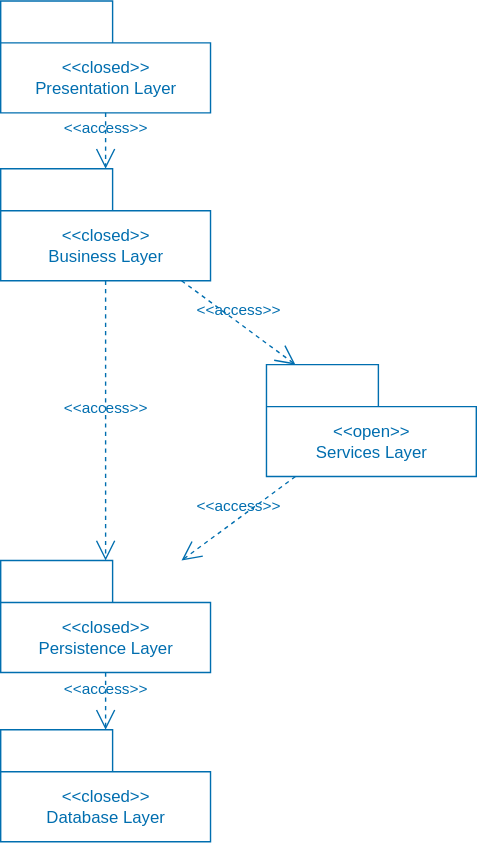
This is diagrams/Architecture_Layered_Variation_3.svg from ucudal/ANDIS_Conceptos, a draw.io export, as it was before one commit. Source tidied: cells renumbered, new cells last; positions are measured from the earlier drawing's top-left corner, leaving out a move shared by most shapes.
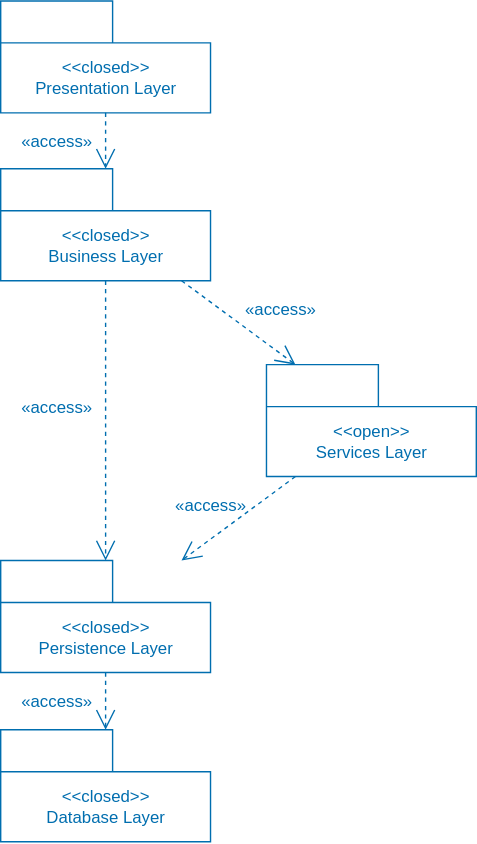
After the change.

Diff of the diagram source:
```diff
@@ -14,26 +14,26 @@
     <mxCell id="5" value="&amp;lt;&amp;lt;closed&amp;gt;&amp;gt;&lt;br&gt;Database Layer" style="shape=folder;fontStyle=0;tabWidth=80;tabHeight=30;tabPosition=left;html=1;boundedLbl=1;fillColor=none;fontColor=#006EAF;strokeColor=#006EAF;" parent="1" vertex="1">
       <mxGeometry y="521" width="150" height="80" as="geometry" />
     </mxCell>
-    <mxCell id="6" value="&amp;lt;&amp;lt;access&amp;gt;&amp;gt;" style="edgeStyle=none;html=1;endArrow=open;endSize=12;dashed=1;verticalAlign=bottom;fontColor=#006EAF;fillColor=#1ba1e2;strokeColor=#006EAF;labelBackgroundColor=none;" parent="1" edge="1">
-      <mxGeometry relative="1" as="geometry">
+    <mxCell id="6" value="&lt;span style=&quot;font-size: 12px;&quot;&gt;«access»&lt;/span&gt;" style="edgeStyle=none;html=1;endArrow=open;endSize=12;dashed=1;verticalAlign=bottom;fontColor=#006EAF;fillColor=#1ba1e2;strokeColor=#006EAF;labelBackgroundColor=none;" parent="1" edge="1">
+      <mxGeometry x="0.5" y="-35" relative="1" as="geometry">
         <mxPoint x="75" y="80" as="sourcePoint" />
         <mxPoint x="75" y="120" as="targetPoint" />
       </mxGeometry>
     </mxCell>
-    <mxCell id="7" value="&amp;lt;&amp;lt;access&amp;gt;&amp;gt;" style="edgeStyle=none;html=1;endArrow=open;endSize=12;dashed=1;verticalAlign=bottom;fontColor=#006EAF;fillColor=#1ba1e2;strokeColor=#006EAF;labelBackgroundColor=none;" parent="1" edge="1" source="3" target="4">
-      <mxGeometry relative="1" as="geometry" />
+    <mxCell id="7" value="&lt;span style=&quot;font-size: 12px;&quot;&gt;«access»&lt;/span&gt;" style="edgeStyle=none;html=1;endArrow=open;endSize=12;dashed=1;verticalAlign=bottom;fontColor=#006EAF;fillColor=#1ba1e2;strokeColor=#006EAF;labelBackgroundColor=none;" parent="1" edge="1" source="3" target="4">
+      <mxGeometry y="-35" relative="1" as="geometry" />
     </mxCell>
-    <mxCell id="8" value="&amp;lt;&amp;lt;access&amp;gt;&amp;gt;" style="edgeStyle=none;html=1;endArrow=open;endSize=12;dashed=1;verticalAlign=bottom;fontColor=#006EAF;fillColor=#1ba1e2;strokeColor=#006EAF;labelBackgroundColor=none;" parent="1" edge="1" source="4" target="5">
-      <mxGeometry relative="1" as="geometry" />
+    <mxCell id="8" value="&lt;span style=&quot;font-size: 12px;&quot;&gt;«access»&lt;/span&gt;" style="edgeStyle=none;html=1;endArrow=open;endSize=12;dashed=1;verticalAlign=bottom;fontColor=#006EAF;fillColor=#1ba1e2;strokeColor=#006EAF;labelBackgroundColor=none;" parent="1" edge="1" source="4" target="5">
+      <mxGeometry x="0.46" y="-35" relative="1" as="geometry" />
     </mxCell>
     <mxCell id="9" value="&amp;lt;&amp;lt;open&amp;gt;&amp;gt;&lt;br&gt;Services Layer" style="shape=folder;fontStyle=0;tabWidth=80;tabHeight=30;tabPosition=left;html=1;boundedLbl=1;fillColor=none;fontColor=#006EAF;strokeColor=#006EAF;" parent="1" vertex="1">
       <mxGeometry x="190" y="260" width="150" height="80" as="geometry" />
     </mxCell>
-    <mxCell id="10" value="&amp;lt;&amp;lt;access&amp;gt;&amp;gt;" style="edgeStyle=none;html=1;endArrow=open;endSize=12;dashed=1;verticalAlign=bottom;fontColor=#006EAF;fillColor=#1ba1e2;strokeColor=#006EAF;labelBackgroundColor=none;" parent="1" edge="1" source="3" target="9">
-      <mxGeometry relative="1" as="geometry" />
+    <mxCell id="10" value="&lt;span style=&quot;font-size: 12px;&quot;&gt;«access»&lt;/span&gt;" style="edgeStyle=none;html=1;endArrow=open;endSize=12;dashed=1;verticalAlign=bottom;fontColor=#006EAF;fillColor=#1ba1e2;strokeColor=#006EAF;labelBackgroundColor=none;" parent="1" edge="1" source="3" target="9">
+      <mxGeometry x="0.48" y="18" relative="1" as="geometry" />
     </mxCell>
-    <mxCell id="11" value="&amp;lt;&amp;lt;access&amp;gt;&amp;gt;" style="edgeStyle=none;html=1;endArrow=open;endSize=12;dashed=1;verticalAlign=bottom;fontColor=#006EAF;fillColor=#1ba1e2;strokeColor=#006EAF;labelBackgroundColor=none;" parent="1" edge="1" source="9" target="4">
-      <mxGeometry relative="1" as="geometry" />
+    <mxCell id="11" value="&lt;span style=&quot;font-size: 12px;&quot;&gt;«access»&lt;/span&gt;" style="edgeStyle=none;html=1;endArrow=open;endSize=12;dashed=1;verticalAlign=bottom;fontColor=#006EAF;fillColor=#1ba1e2;strokeColor=#006EAF;labelBackgroundColor=none;" parent="1" edge="1" source="9" target="4">
+      <mxGeometry x="0.32" y="-12" relative="1" as="geometry" />
     </mxCell>
   </root>
 </mxGraphModel>
```
